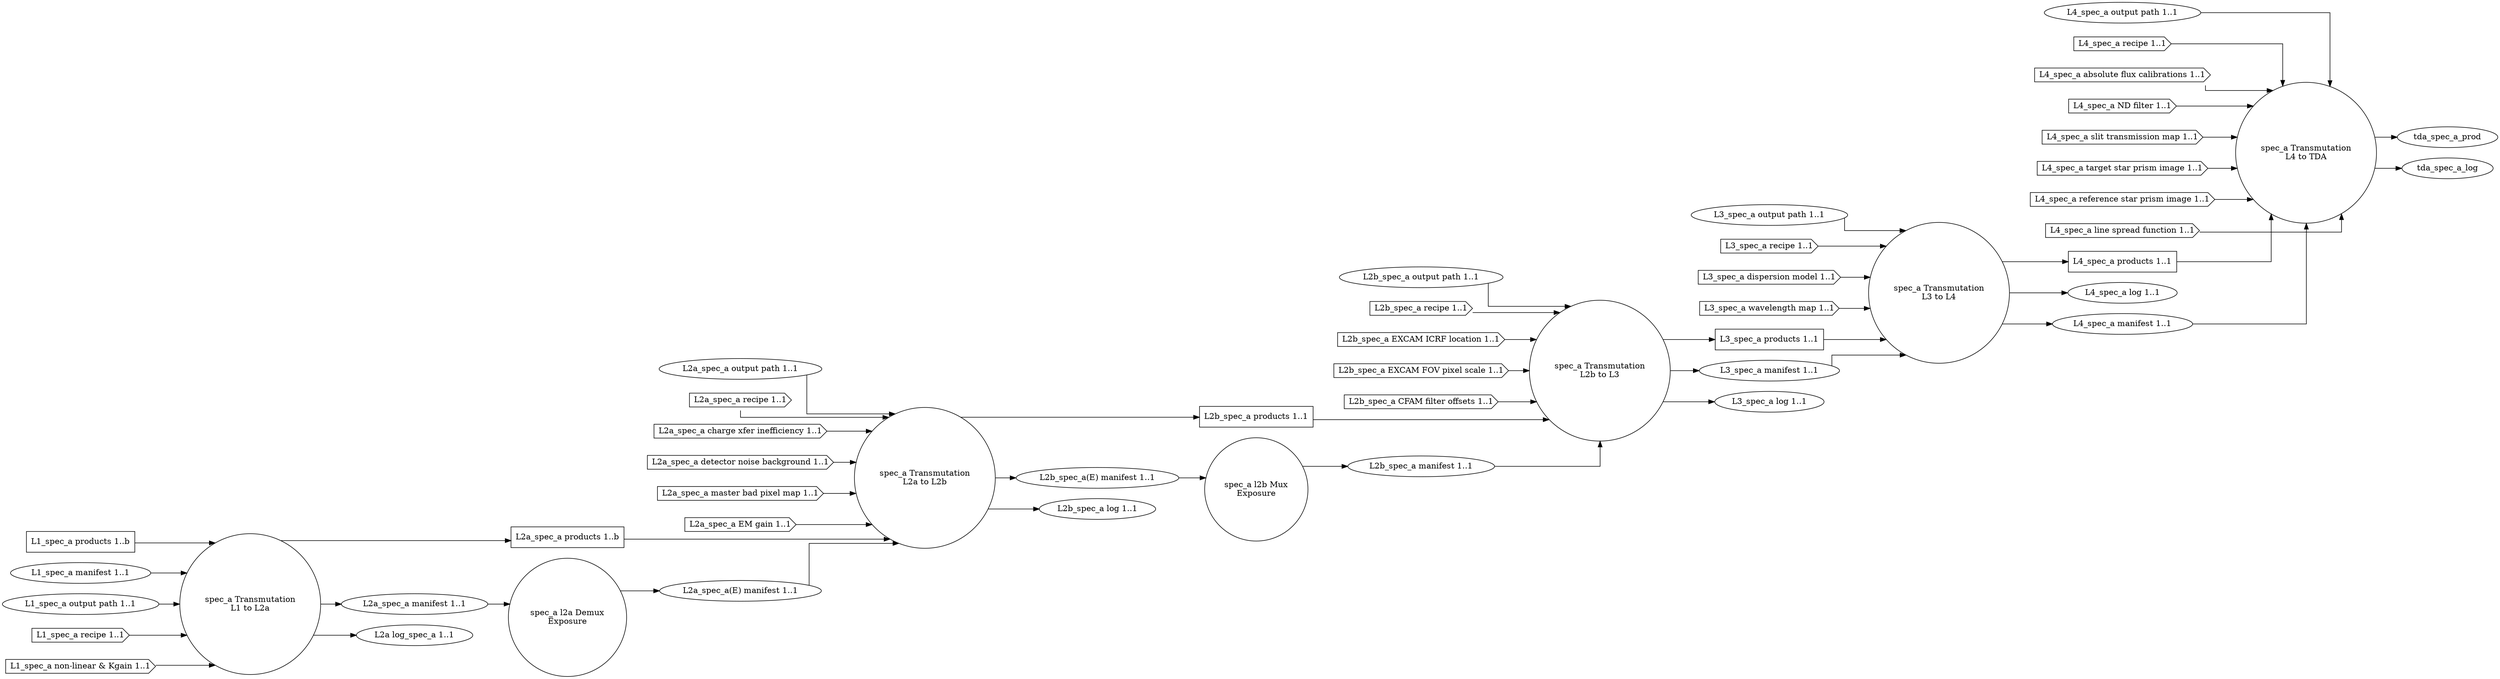
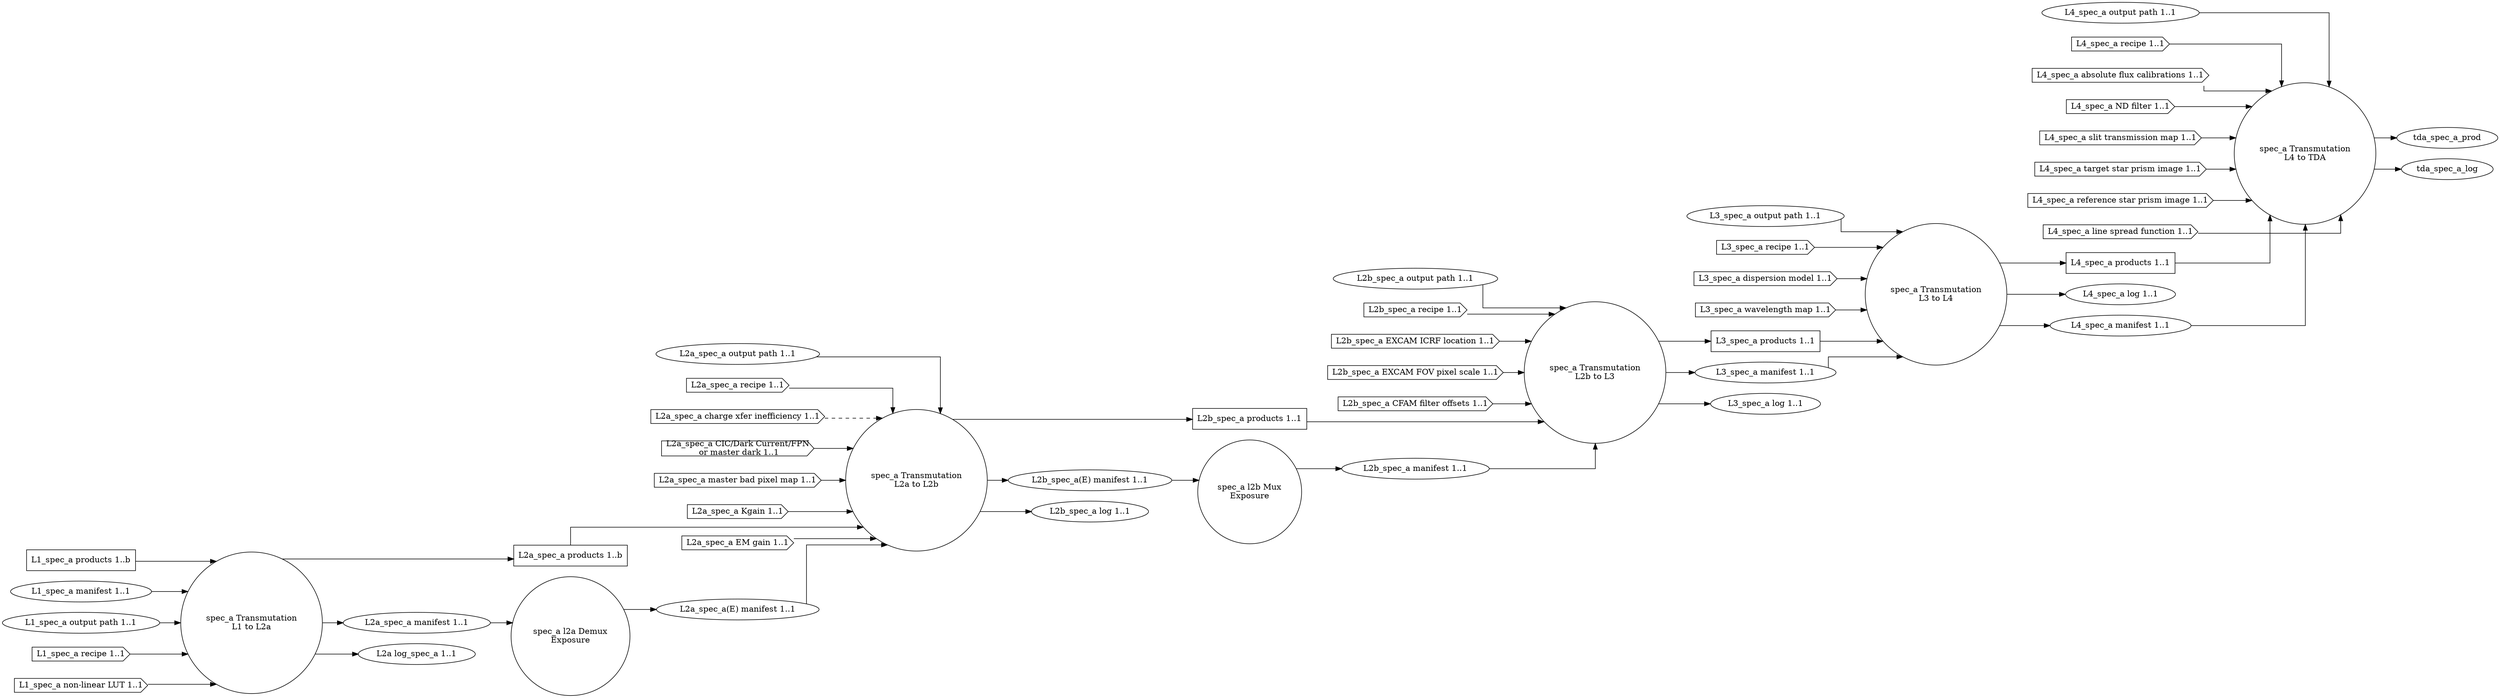
- digraph AbstractDesign
+ digraph SpectroscopyAnalog
{
  graph [splines="ortho", rankdir=LR];

  trans_spec_a_l1_l2a [label="spec_a Transmutation\nL1 to L2a", shape="circle"];
  l2a_spec_a_demux [label="spec_a l2a Demux\nExposure" shape="circle"];
  trans_spec_a_l2a_l2b [label="spec_a Transmutation\nL2a to L2b", shape="circle"];
  l2b_spec_a_mux [label="spec_a l2b Mux\nExposure", shape="circle"];
  trans_spec_a_l2b_l3 [label="spec_a Transmutation\nL2b to L3", shape="circle"];
  trans_spec_a_l3_l4 [label="spec_a Transmutation\nL3 to L4", shape="circle"];
  trans_spec_a_l4_tda [label="spec_a Transmutation\nL4 to TDA", shape="circle"];

  l1_spec_a_prod [label="L1_spec_a products 1..b", shape="rectangle"];
  l1_spec_a_man [label="L1_spec_a manifest 1..1", shape="ellipse"];
  l1_spec_a_odir [label="L1_spec_a output path 1..1", shape="ellipse"];
  l1_spec_a_rec [label="L1_spec_a recipe 1..1", shape="cds"];
-   l1_spec_a_nln [label="L1_spec_a non-linear & Kgain 1..1", shape="cds"];
+   l1_spec_a_nllut [label="L1_spec_a non-linear LUT 1..1", shape="cds"];

  l2a_spec_a_prod [label="L2a_spec_a products 1..b", shape="rectangle"];
  l2a_spec_a_man [label="L2a_spec_a manifest 1..1", shape="ellipse"];
  l2a_spec_a_odir [label="L2a_spec_a output path 1..1", shape="ellipse"];
  l2a_spec_a_rec [label="L2a_spec_a recipe 1..1", shape="cds"];
  l2a_spec_a_cti [label="L2a_spec_a charge xfer inefficiency 1..1", shape="cds"];
-   l2a_spec_a_dnb [label="L2a_spec_a detector noise background 1..1", shape="cds"];
+   l2a_spec_a_dnb [label="L2a_spec_a CIC/Dark Current/FPN\n or master dark 1..1", shape="cds"];
  l2a_spec_a_mbpm [label="L2a_spec_a master bad pixel map 1..1", shape="cds"];
+   l2a_spec_a_kgain [label="L2a_spec_a Kgain 1..1", shape="cds"];
  l2a_spec_a_emg [label="L2a_spec_a EM gain 1..1", shape="cds"];
  l2a_spec_a_log [label="L2a log_spec_a 1..1", shape="ellipse"];
  l2a_spec_a_man_demux [label="L2a_spec_a(E) manifest 1..1", shape="ellipse"];

  l2b_spec_a_prod [label="L2b_spec_a products 1..1", shape="rectangle"];
  l2b_spec_a_man [label="L2b_spec_a manifest 1..1", shape="ellipse"];
  l2b_spec_a_odir [label="L2b_spec_a output path 1..1", shape="ellipse"];
  l2b_spec_a_rec [label="L2b_spec_a recipe 1..1", shape="cds"];
  l2b_spec_a_excicrf [label="L2b_spec_a EXCAM ICRF location 1..1", shape="cds"];
  l2b_spec_a_excfovps [label="L2b_spec_a EXCAM FOV pixel scale 1..1", shape="cds"];
  l2b_spec_a_cfamfo [label="L2b_spec_a CFAM filter offsets 1..1", shape="cds"];
  l2b_spec_a_man_demux [label="L2b_spec_a(E) manifest 1..1", shape="ellipse"];
  l2b_spec_a_log [label="L2b_spec_a log 1..1", shape="ellipse"];

  l3_spec_a_prod [label="L3_spec_a products 1..1", shape="rectangle"];
  l3_spec_a_odir [label="L3_spec_a output path 1..1", shape="ellipse"];
  l3_spec_a_man [label="L3_spec_a manifest 1..1", shape="ellipse"];
  l3_spec_a_rec [label="L3_spec_a recipe 1..1", shape="cds"];
  l3_spec_a_dispm [label="L3_spec_a dispersion model 1..1", shape="cds"];
  l3_spec_a_wavem [label="L3_spec_a wavelength map 1..1", shape="cds"];
  l3_spec_a_log [label="L3_spec_a log 1..1", shape="ellipse"];

  l4_spec_a_prod [label="L4_spec_a products 1..1", shape="rectangle"];
  l4_spec_a_odir [label="L4_spec_a output path 1..1", shape="ellipse"];
  l4_spec_a_log [label="L4_spec_a log 1..1", shape="ellipse"];
  l4_spec_a_man [label="L4_spec_a manifest 1..1", shape="ellipse"];
  l4_spec_a_rec [label="L4_spec_a recipe 1..1", shape="cds"];
  l4_spec_a_afcal [label="L4_spec_a absolute flux calibrations 1..1", shape="cds"];
  l4_spec_a_ndfilt [label="L4_spec_a ND filter 1..1", shape="cds"];
  l4_spec_a_stmap [label="L4_spec_a slit transmission map 1..1", shape="cds"];
  l4_spec_a_tspi [label="L4_spec_a target star prism image 1..1", shape="cds"];
  l4_spec_a_rspi [label="L4_spec_a reference star prism image 1..1", shape="cds"];
  l4_spec_a_lsf [label="L4_spec_a line spread function 1..1", shape="cds"];

  l1_spec_a_prod -> trans_spec_a_l1_l2a;
  l1_spec_a_man -> trans_spec_a_l1_l2a;
  l1_spec_a_odir -> trans_spec_a_l1_l2a;
  l1_spec_a_rec -> trans_spec_a_l1_l2a;
-   l1_spec_a_nln -> trans_spec_a_l1_l2a;
+   l1_spec_a_nllut -> trans_spec_a_l1_l2a;

  trans_spec_a_l1_l2a -> l2a_spec_a_prod;
  trans_spec_a_l1_l2a -> l2a_spec_a_man;
  trans_spec_a_l1_l2a -> l2a_spec_a_log;

  l2a_spec_a_prod -> trans_spec_a_l2a_l2b;
  l2a_spec_a_odir -> trans_spec_a_l2a_l2b;
  l2a_spec_a_rec -> trans_spec_a_l2a_l2b;
-   l2a_spec_a_cti -> trans_spec_a_l2a_l2b;
+   l2a_spec_a_cti -> trans_spec_a_l2a_l2b [style="dashed"];
  l2a_spec_a_dnb -> trans_spec_a_l2a_l2b;
  l2a_spec_a_mbpm -> trans_spec_a_l2a_l2b;
  l2a_spec_a_emg -> trans_spec_a_l2a_l2b;
+   l2a_spec_a_kgain -> trans_spec_a_l2a_l2b;

  trans_spec_a_l2a_l2b -> l2b_spec_a_prod;
  trans_spec_a_l2a_l2b -> l2b_spec_a_man_demux;
  trans_spec_a_l2a_l2b -> l2b_spec_a_log;

  l2a_spec_a_man -> l2a_spec_a_demux;
  l2a_spec_a_demux -> l2a_spec_a_man_demux;
  l2a_spec_a_man_demux -> trans_spec_a_l2a_l2b;

  l2b_spec_a_man_demux -> l2b_spec_a_mux;
  l2b_spec_a_mux -> l2b_spec_a_man;

  l2b_spec_a_prod -> trans_spec_a_l2b_l3;
  l2b_spec_a_man -> trans_spec_a_l2b_l3;
  l2b_spec_a_odir -> trans_spec_a_l2b_l3;
  l2b_spec_a_rec -> trans_spec_a_l2b_l3;
  l2b_spec_a_excicrf -> trans_spec_a_l2b_l3;
  l2b_spec_a_excfovps -> trans_spec_a_l2b_l3;
  l2b_spec_a_cfamfo -> trans_spec_a_l2b_l3;

  trans_spec_a_l2b_l3 -> l3_spec_a_prod;
  trans_spec_a_l2b_l3 -> l3_spec_a_man;
  trans_spec_a_l2b_l3 -> l3_spec_a_log;

  l3_spec_a_prod -> trans_spec_a_l3_l4;
  l3_spec_a_man -> trans_spec_a_l3_l4;
  l3_spec_a_odir -> trans_spec_a_l3_l4;
  l3_spec_a_rec -> trans_spec_a_l3_l4;
  l3_spec_a_dispm -> trans_spec_a_l3_l4;
  l3_spec_a_wavem -> trans_spec_a_l3_l4;
  trans_spec_a_l3_l4 -> l4_spec_a_prod;
  trans_spec_a_l3_l4 -> l4_spec_a_log;
  trans_spec_a_l3_l4 -> l4_spec_a_man;

  l4_spec_a_prod -> trans_spec_a_l4_tda;
  l4_spec_a_man -> trans_spec_a_l4_tda;
  l4_spec_a_odir -> trans_spec_a_l4_tda;
  l4_spec_a_rec -> trans_spec_a_l4_tda;
  l4_spec_a_afcal -> trans_spec_a_l4_tda;
  l4_spec_a_ndfilt -> trans_spec_a_l4_tda;
  l4_spec_a_stmap -> trans_spec_a_l4_tda;
  l4_spec_a_tspi -> trans_spec_a_l4_tda;
  l4_spec_a_rspi -> trans_spec_a_l4_tda;
  l4_spec_a_lsf -> trans_spec_a_l4_tda;
  trans_spec_a_l4_tda -> tda_spec_a_prod;
  trans_spec_a_l4_tda -> tda_spec_a_log;
}
